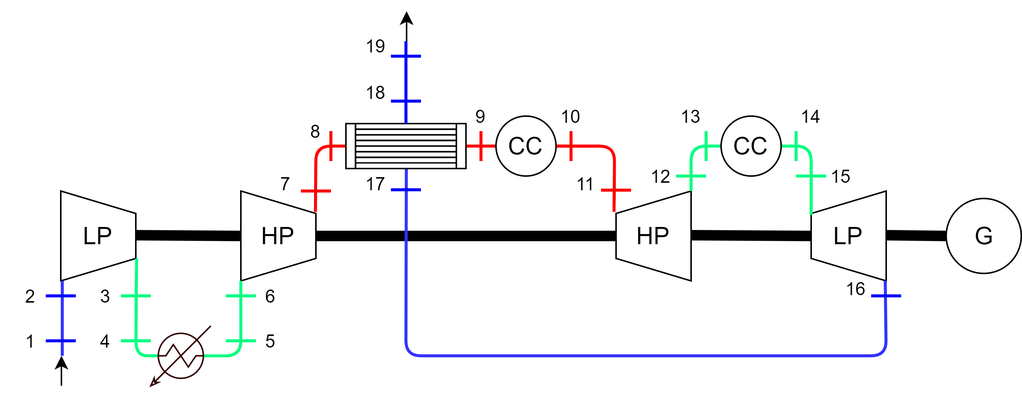
Above: Chapitre_5/Images/IRHGT.png in Boreas3/TFE (draw.io), before the change. Source tidied: cells renumbered, new cells last; positions are measured from the earlier drawing's top-left corner, leaving out a move shared by most shapes.
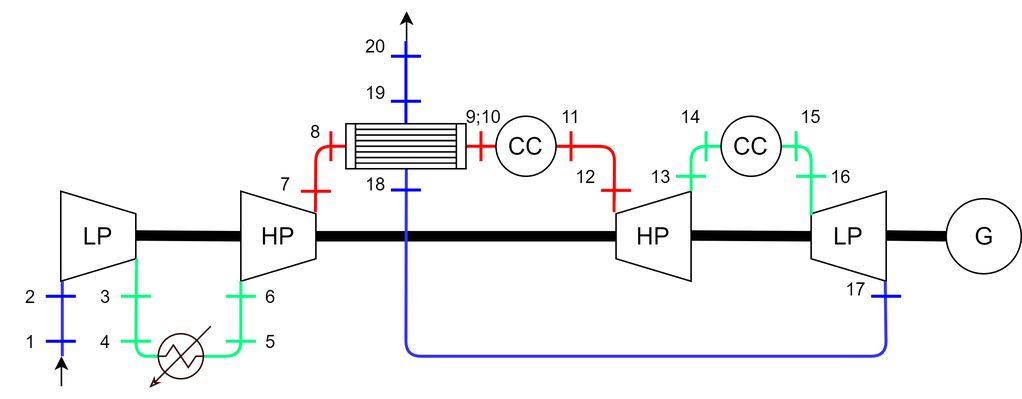
The same file after the commit.

What changed in the source:
```diff
@@ -284,37 +284,37 @@
     <mxCell id="57" value="8" style="text;html=1;strokeColor=none;fillColor=none;align=center;verticalAlign=middle;whiteSpace=wrap;rounded=0;" parent="1" vertex="1">
       <mxGeometry x="190" y="70" width="40" height="20" as="geometry" />
     </mxCell>
-    <mxCell id="58" value="9" style="text;html=1;strokeColor=none;fillColor=none;align=center;verticalAlign=middle;whiteSpace=wrap;rounded=0;" parent="1" vertex="1">
-      <mxGeometry x="300" y="60" width="40" height="20" as="geometry" />
+    <mxCell id="58" value="9;10" style="text;html=1;strokeColor=none;fillColor=none;align=center;verticalAlign=middle;whiteSpace=wrap;rounded=0;" parent="1" vertex="1">
+      <mxGeometry x="302" y="60" width="40" height="20" as="geometry" />
     </mxCell>
-    <mxCell id="59" value="10" style="text;html=1;strokeColor=none;fillColor=none;align=center;verticalAlign=middle;whiteSpace=wrap;rounded=0;" parent="1" vertex="1">
+    <mxCell id="59" value="11" style="text;html=1;strokeColor=none;fillColor=none;align=center;verticalAlign=middle;whiteSpace=wrap;rounded=0;" parent="1" vertex="1">
       <mxGeometry x="360" y="60" width="40" height="20" as="geometry" />
     </mxCell>
-    <mxCell id="60" value="11" style="text;html=1;strokeColor=none;fillColor=none;align=center;verticalAlign=middle;whiteSpace=wrap;rounded=0;" parent="1" vertex="1">
-      <mxGeometry x="370" y="105" width="40" height="20" as="geometry" />
+    <mxCell id="60" value="12" style="text;html=1;strokeColor=none;fillColor=none;align=center;verticalAlign=middle;whiteSpace=wrap;rounded=0;" parent="1" vertex="1">
+      <mxGeometry x="370" y="100" width="40" height="20" as="geometry" />
     </mxCell>
-    <mxCell id="61" value="12" style="text;html=1;strokeColor=none;fillColor=none;align=center;verticalAlign=middle;whiteSpace=wrap;rounded=0;" parent="1" vertex="1">
+    <mxCell id="61" value="13" style="text;html=1;strokeColor=none;fillColor=none;align=center;verticalAlign=middle;whiteSpace=wrap;rounded=0;" parent="1" vertex="1">
       <mxGeometry x="420" y="100" width="40" height="20" as="geometry" />
     </mxCell>
-    <mxCell id="62" value="13" style="text;html=1;strokeColor=none;fillColor=none;align=center;verticalAlign=middle;whiteSpace=wrap;rounded=0;" parent="1" vertex="1">
+    <mxCell id="62" value="14" style="text;html=1;strokeColor=none;fillColor=none;align=center;verticalAlign=middle;whiteSpace=wrap;rounded=0;" parent="1" vertex="1">
       <mxGeometry x="440" y="60" width="40" height="20" as="geometry" />
     </mxCell>
-    <mxCell id="63" value="14" style="text;html=1;strokeColor=none;fillColor=none;align=center;verticalAlign=middle;whiteSpace=wrap;rounded=0;" parent="1" vertex="1">
+    <mxCell id="63" value="15" style="text;html=1;strokeColor=none;fillColor=none;align=center;verticalAlign=middle;whiteSpace=wrap;rounded=0;" parent="1" vertex="1">
       <mxGeometry x="520" y="60" width="40" height="20" as="geometry" />
     </mxCell>
-    <mxCell id="64" value="15" style="text;html=1;strokeColor=none;fillColor=none;align=center;verticalAlign=middle;whiteSpace=wrap;rounded=0;" parent="1" vertex="1">
+    <mxCell id="64" value="16" style="text;html=1;strokeColor=none;fillColor=none;align=center;verticalAlign=middle;whiteSpace=wrap;rounded=0;" parent="1" vertex="1">
       <mxGeometry x="540" y="100" width="40" height="20" as="geometry" />
     </mxCell>
-    <mxCell id="65" value="16" style="text;html=1;strokeColor=none;fillColor=none;align=center;verticalAlign=middle;whiteSpace=wrap;rounded=0;" parent="1" vertex="1">
+    <mxCell id="65" value="17" style="text;html=1;strokeColor=none;fillColor=none;align=center;verticalAlign=middle;whiteSpace=wrap;rounded=0;" parent="1" vertex="1">
       <mxGeometry x="550" y="175" width="40" height="20" as="geometry" />
     </mxCell>
-    <mxCell id="66" value="17" style="text;html=1;strokeColor=none;fillColor=none;align=center;verticalAlign=middle;whiteSpace=wrap;rounded=0;" parent="1" vertex="1">
+    <mxCell id="66" value="18" style="text;html=1;strokeColor=none;fillColor=none;align=center;verticalAlign=middle;whiteSpace=wrap;rounded=0;" parent="1" vertex="1">
       <mxGeometry x="230" y="105" width="40" height="20" as="geometry" />
     </mxCell>
-    <mxCell id="67" value="18" style="text;html=1;strokeColor=none;fillColor=none;align=center;verticalAlign=middle;whiteSpace=wrap;rounded=0;" parent="1" vertex="1">
+    <mxCell id="67" value="19" style="text;html=1;strokeColor=none;fillColor=none;align=center;verticalAlign=middle;whiteSpace=wrap;rounded=0;" parent="1" vertex="1">
       <mxGeometry x="230" y="44" width="40" height="20" as="geometry" />
     </mxCell>
-    <mxCell id="68" value="19" style="text;html=1;strokeColor=none;fillColor=none;align=center;verticalAlign=middle;whiteSpace=wrap;rounded=0;" parent="1" vertex="1">
+    <mxCell id="68" value="20" style="text;html=1;strokeColor=none;fillColor=none;align=center;verticalAlign=middle;whiteSpace=wrap;rounded=0;" parent="1" vertex="1">
       <mxGeometry x="230" y="13" width="40" height="20" as="geometry" />
     </mxCell>
     <mxCell id="69" style="endArrow=classic;html=1;" parent="1" edge="1">
```
